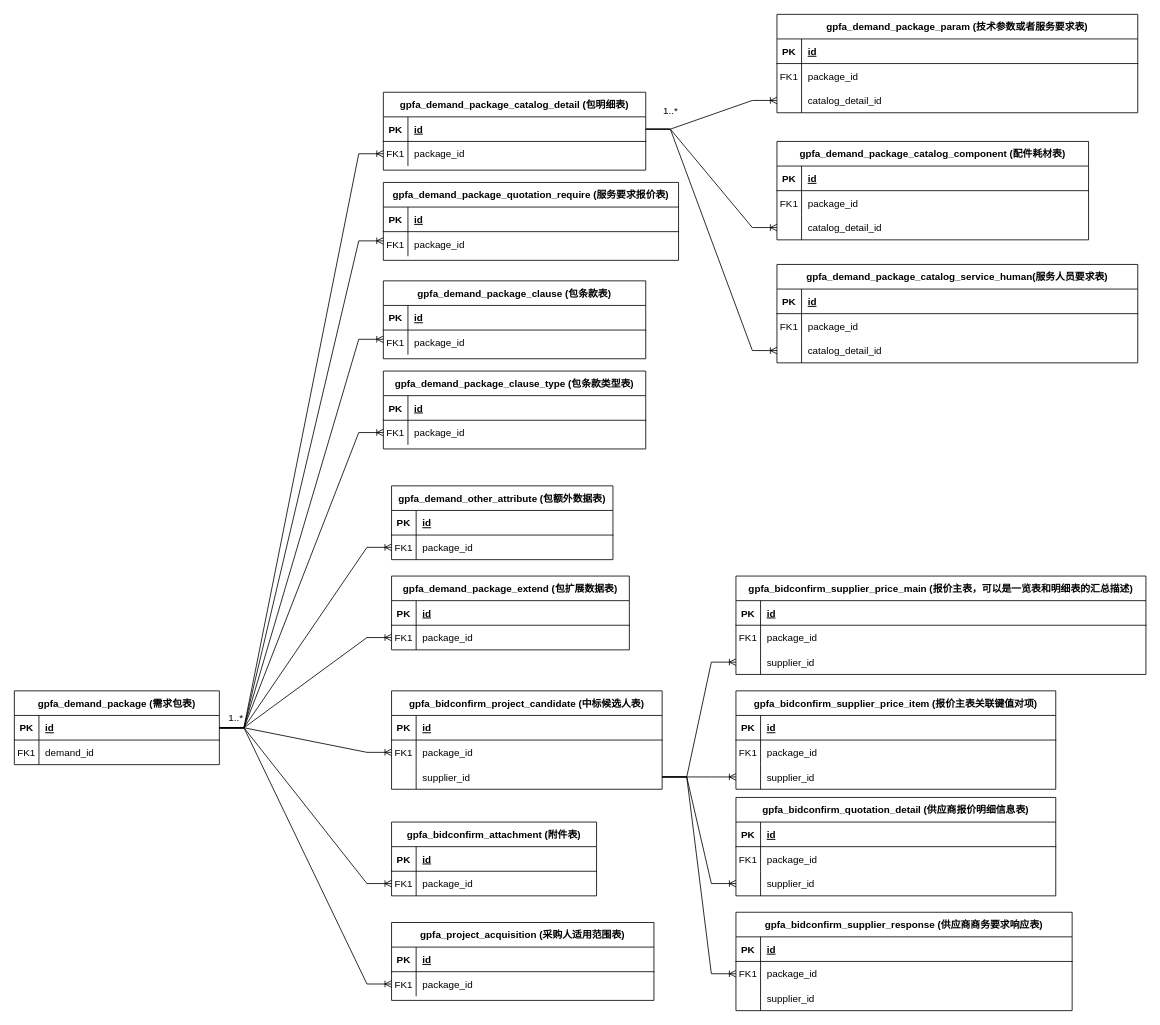
The draw.io diagram demand_data_hierarchy_copy.drawio in dernight1/draw.io, before the edit. Source tidied: cells renumbered, new cells numbered last; positions are measured from the earlier drawing's top-left corner, leaving out a move shared by most shapes. Both pictures are drawn from the tidied source at 82%, with x=0, y=0 at pixel (14, 14).
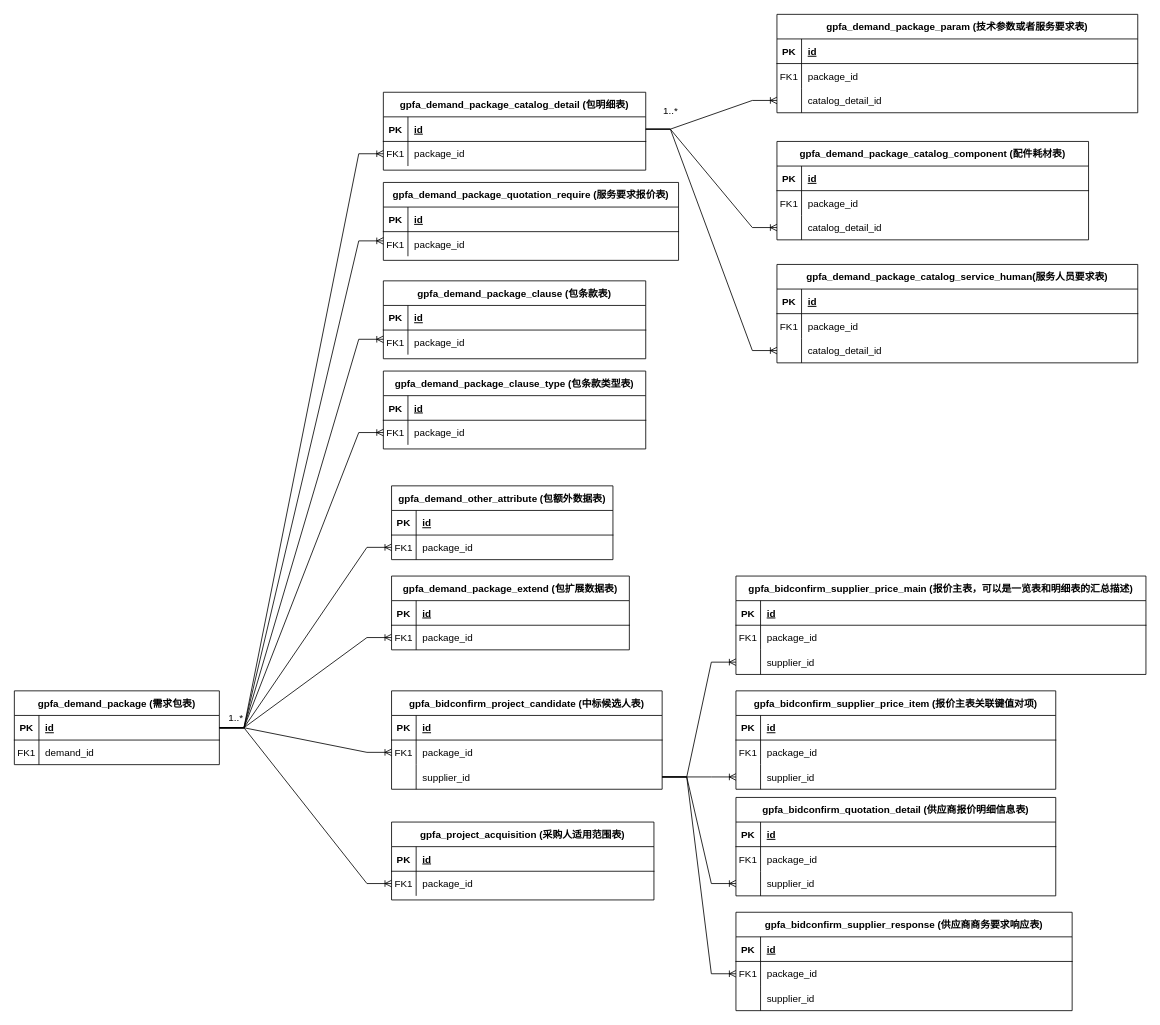
Above is the later version.

The change refers to these unchanged cells:
```xml
<mxCell id="3" style="shape=partialRectangle;fillColor=none;points=[[0,0.5],[1,0.5]];portConstraint=eastwest;top=0;left=0;right=0;bottom=1;" parent="2" vertex="1">
  <mxGeometry y="30" width="250" height="30" as="geometry" />
</mxCell>
```

What changed in the source:
```diff
@@
-    <mxCell id="91" value="gpfa_bidconfirm_attachment (附件表)" style="shape=table;startSize=30;childLayout=tableLayout;rowLines=0;fontStyle=1;align=center;" parent="1" vertex="1">
-      <mxGeometry x="460" y="985" width="250" height="90" as="geometry" />
-    </mxCell>
-    <mxCell id="92" style="shape=partialRectangle;fillColor=none;top=0;left=0;right=0;bottom=1;" parent="91" vertex="1">
-      <mxGeometry y="30" width="250" height="30" as="geometry" />
-    </mxCell>
-    <mxCell id="93" value="PK" style="shape=partialRectangle;overflow=hidden;fillColor=none;top=0;left=0;bottom=0;right=0;fontStyle=1;" parent="92" vertex="1">
-      <mxGeometry width="30" height="30" as="geometry" />
-    </mxCell>
-    <mxCell id="94" value="id " style="shape=partialRectangle;overflow=hidden;fillColor=none;top=0;left=0;bottom=0;right=0;align=left;spacingLeft=6;fontStyle=5;" parent="92" vertex="1">
-      <mxGeometry x="30" width="220" height="30" as="geometry" />
-    </mxCell>
-    <mxCell id="95" style="shape=partialRectangle;fillColor=none;points=[[0,0.5],[1,0.5]];portConstraint=eastwest;top=0;left=0;right=0;bottom=0;" parent="91" vertex="1">
-      <mxGeometry y="60" width="250" height="30" as="geometry" />
-    </mxCell>
-    <mxCell id="96" value="FK1" style="shape=partialRectangle;overflow=hidden;fillColor=none;top=0;left=0;bottom=0;right=0;" parent="95" vertex="1">
-      <mxGeometry width="30" height="30" as="geometry" />
-    </mxCell>
-    <mxCell id="97" value="package_id" style="shape=partialRectangle;overflow=hidden;fillColor=none;top=0;left=0;bottom=0;right=0;align=left;spacingLeft=6;" parent="95" vertex="1">
-      <mxGeometry x="30" width="220" height="30" as="geometry" />
-    </mxCell>
@@
-    <mxCell id="107" style="edgeStyle=entityRelationEdgeStyle;fontSize=12;html=1;endArrow=ERoneToMany;rounded=0;entryX=0;entryY=0.5;entryDx=0;entryDy=0;exitX=1;exitY=0.5;exitDx=0;exitDy=0;" parent="1" edge="1" source="3" target="95">
-      <mxGeometry relative="1" as="geometry" />
-    </mxCell>
@@
     <mxCell id="155" value="gpfa_project_acquisition (采购人适用范围表)" style="shape=table;startSize=30;childLayout=tableLayout;rowLines=0;fontStyle=1;align=center;" parent="1" vertex="1">
-      <mxGeometry x="460" y="1107.5" width="320" height="95" as="geometry" />
+      <mxGeometry x="460" y="985" width="320" height="95" as="geometry" />
     </mxCell>
```
